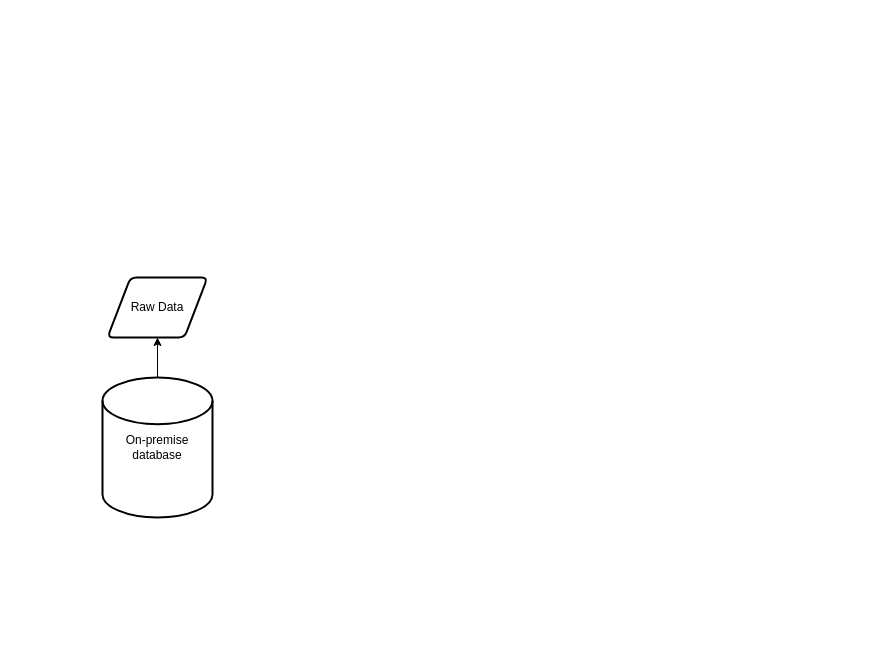
Above: StudyBuddy.drawio in Aenast28/Datov-Projekt---StudyBuddy (draw.io), before the change. Source tidied: cells renumbered, new cells numbered last; positions are measured from the earlier drawing's top-left corner, leaving out a move shared by most shapes. Both pictures are drawn from the tidied source at 100%, with x=0, y=0 at pixel (102, 277).
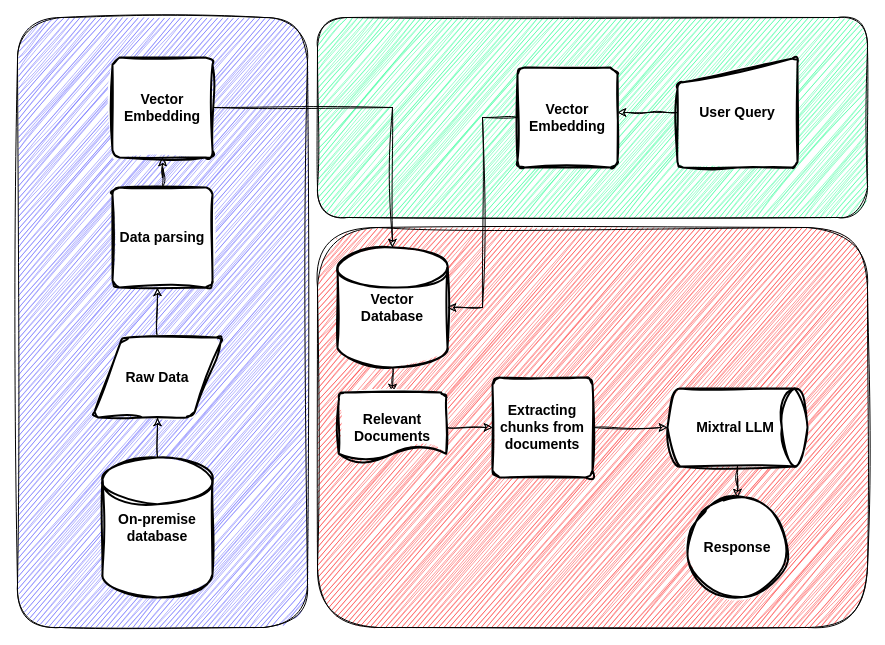
The same page after the edit.

What changed in the source:
```diff
@@
+    <mxCell id="5" style="rounded=1;whiteSpace=wrap;html=1;fillColor=#33FF99;sketch=1;curveFitting=1;jiggle=2;" parent="1" vertex="1">
+      <mxGeometry x="215" y="-260" width="550" height="200" as="geometry" />
+    </mxCell>
+    <mxCell id="6" style="rounded=1;whiteSpace=wrap;html=1;fillColor=#FF3333;sketch=1;curveFitting=1;jiggle=2;fontStyle=1;" parent="1" vertex="1">
+      <mxGeometry x="215" y="-50" width="550" height="400" as="geometry" />
+    </mxCell>
+    <mxCell id="7" style="rounded=1;whiteSpace=wrap;html=1;fillColor=#6666FF;sketch=1;curveFitting=1;jiggle=2;" parent="1" vertex="1">
+      <mxGeometry x="-85" y="-260" width="290" height="610" as="geometry" />
+    </mxCell>
+    <mxCell id="8" style="edgeStyle=orthogonalEdgeStyle;rounded=0;jettySize=auto;html=1;sketch=1;curveFitting=1;jiggle=2;fontStyle=1;" parent="1" edge="1" source="2">
+      <mxGeometry relative="1" as="geometry">
+        <mxPoint x="55" y="10" as="targetPoint" />
+        <Array as="points">
+          <mxPoint x="55" y="10" />
+          <mxPoint x="56" y="10" />
+        </Array>
+      </mxGeometry>
+    </mxCell>
-    <mxCell id="2" value="Raw Data" style="shape=parallelogram;html=1;strokeWidth=2;perimeter=parallelogramPerimeter;whiteSpace=wrap;rounded=1;arcSize=12;size=0.23;" parent="1" vertex="1">
-      <mxGeometry x="5" width="100" height="60" as="geometry" />
+    <mxCell id="2" value="&lt;font style=&quot;font-size: 14px;&quot;&gt;Raw Data&lt;/font&gt;" style="shape=parallelogram;html=1;strokeWidth=2;perimeter=parallelogramPerimeter;whiteSpace=wrap;rounded=1;arcSize=12;size=0.23;fontStyle=1;sketch=1;curveFitting=1;jiggle=2;" parent="1" vertex="1">
+      <mxGeometry x="-10" y="60" width="130" height="80" as="geometry" />
     </mxCell>
-    <mxCell id="3" style="edgeStyle=orthogonalEdgeStyle;rounded=0;jettySize=auto;html=1;entryX=0.5;entryY=1;entryDx=0;entryDy=0;" parent="1" edge="1" source="4" target="2">
+    <mxCell id="3" style="edgeStyle=orthogonalEdgeStyle;rounded=0;jettySize=auto;html=1;entryX=0.5;entryY=1;entryDx=0;entryDy=0;sketch=1;curveFitting=1;jiggle=2;fontStyle=1;" parent="1" edge="1" source="4" target="2">
       <mxGeometry relative="1" as="geometry" />
     </mxCell>
-    <mxCell id="4" value="On-premise database" style="strokeWidth=2;html=1;shape=mxgraph.flowchart.database;whiteSpace=wrap;" parent="1" vertex="1">
-      <mxGeometry y="100" width="110" height="140" as="geometry" />
+    <mxCell id="4" value="&lt;font style=&quot;font-size: 14px;&quot;&gt;On-premise database&lt;/font&gt;" style="strokeWidth=2;html=1;shape=mxgraph.flowchart.database;whiteSpace=wrap;fontStyle=1;sketch=1;curveFitting=1;jiggle=2;" parent="1" vertex="1">
+      <mxGeometry y="180" width="110" height="140" as="geometry" />
     </mxCell>
+    <mxCell id="9" style="edgeStyle=orthogonalEdgeStyle;rounded=0;jettySize=auto;html=1;sketch=1;curveFitting=1;jiggle=2;fontStyle=1;" parent="1" edge="1" source="10" target="12">
+      <mxGeometry relative="1" as="geometry" />
+    </mxCell>
+    <mxCell id="10" value="&lt;font style=&quot;font-size: 14px;&quot;&gt;Data parsing&lt;/font&gt;" style="rounded=1;whiteSpace=wrap;html=1;absoluteArcSize=1;arcSize=14;strokeWidth=2;fontStyle=1;sketch=1;curveFitting=1;jiggle=2;" parent="1" vertex="1">
+      <mxGeometry x="10" y="-90" width="100" height="100" as="geometry" />
+    </mxCell>
+    <mxCell id="11" style="edgeStyle=orthogonalEdgeStyle;rounded=0;jettySize=auto;html=1;entryX=0.5;entryY=0;entryDx=0;entryDy=0;entryPerimeter=0;sketch=1;curveFitting=1;jiggle=2;fontStyle=1;" parent="1" edge="1" source="12" target="14">
+      <mxGeometry relative="1" as="geometry" />
+    </mxCell>
+    <mxCell id="12" value="&lt;b&gt;&lt;font style=&quot;font-size: 14px;&quot;&gt;Vector Embedding&lt;/font&gt;&lt;/b&gt;" style="rounded=1;whiteSpace=wrap;html=1;absoluteArcSize=1;arcSize=14;strokeWidth=2;sketch=1;curveFitting=1;jiggle=2;" parent="1" vertex="1">
+      <mxGeometry x="10" y="-220" width="100" height="100" as="geometry" />
+    </mxCell>
+    <mxCell id="13" style="edgeStyle=orthogonalEdgeStyle;rounded=0;jettySize=auto;html=1;sketch=1;curveFitting=1;jiggle=2;fontStyle=1;" parent="1" edge="1" source="14" target="20">
+      <mxGeometry relative="1" as="geometry" />
+    </mxCell>
+    <mxCell id="14" value="&lt;span&gt;&lt;font style=&quot;font-size: 14px;&quot;&gt;Vector Database&lt;/font&gt;&lt;/span&gt;" style="strokeWidth=2;html=1;shape=mxgraph.flowchart.database;whiteSpace=wrap;sketch=1;curveFitting=1;jiggle=2;fontStyle=1;" parent="1" vertex="1">
+      <mxGeometry x="235" y="-30" width="110" height="120" as="geometry" />
+    </mxCell>
+    <mxCell id="15" style="edgeStyle=orthogonalEdgeStyle;rounded=0;jettySize=auto;html=1;sketch=1;curveFitting=1;jiggle=2;fontStyle=1;" parent="1" edge="1" source="16">
+      <mxGeometry relative="1" as="geometry">
+        <mxPoint x="515" y="-165" as="targetPoint" />
+      </mxGeometry>
+    </mxCell>
+    <mxCell id="16" value="&lt;b&gt;&lt;font style=&quot;font-size: 14px;&quot;&gt;User Query&lt;/font&gt;&lt;/b&gt;" style="html=1;strokeWidth=2;shape=manualInput;whiteSpace=wrap;rounded=1;size=26;arcSize=11;shadow=0;textShadow=0;sketch=1;curveFitting=1;jiggle=2;" parent="1" vertex="1">
+      <mxGeometry x="575" y="-220" width="120" height="110" as="geometry" />
+    </mxCell>
+    <mxCell id="17" value="&lt;b&gt;&lt;font style=&quot;font-size: 14px;&quot;&gt;Vector Embedding&lt;/font&gt;&lt;/b&gt;" style="rounded=1;whiteSpace=wrap;html=1;absoluteArcSize=1;arcSize=14;strokeWidth=2;sketch=1;curveFitting=1;jiggle=2;" parent="1" vertex="1">
+      <mxGeometry x="415" y="-210" width="100" height="100" as="geometry" />
+    </mxCell>
+    <mxCell id="18" style="edgeStyle=orthogonalEdgeStyle;rounded=0;jettySize=auto;html=1;entryX=1;entryY=0.5;entryDx=0;entryDy=0;entryPerimeter=0;sketch=1;curveFitting=1;jiggle=2;flowAnimation=1;fontStyle=1;" parent="1" edge="1" source="17" target="14">
+      <mxGeometry relative="1" as="geometry" />
+    </mxCell>
+    <mxCell id="19" style="edgeStyle=orthogonalEdgeStyle;rounded=0;jettySize=auto;html=1;entryX=0;entryY=0.5;entryDx=0;entryDy=0;sketch=1;curveFitting=1;jiggle=2;fontStyle=1;" parent="1" edge="1" source="20" target="21">
+      <mxGeometry relative="1" as="geometry" />
+    </mxCell>
+    <mxCell id="20" value="&lt;font style=&quot;font-size: 14px;&quot;&gt;Relevant Documents&lt;/font&gt;" style="strokeWidth=2;html=1;shape=mxgraph.flowchart.document2;whiteSpace=wrap;size=0.25;fontStyle=1;sketch=1;curveFitting=1;jiggle=2;" parent="1" vertex="1">
+      <mxGeometry x="236.2" y="115" width="107.5" height="70" as="geometry" />
+    </mxCell>
+    <mxCell id="21" value="&lt;font style=&quot;font-size: 14px;&quot;&gt;Extracting chunks from documents&lt;/font&gt;" style="rounded=1;whiteSpace=wrap;html=1;absoluteArcSize=1;arcSize=14;strokeWidth=2;fontStyle=1;sketch=1;curveFitting=1;jiggle=2;" parent="1" vertex="1">
+      <mxGeometry x="390" y="100" width="100" height="100" as="geometry" />
+    </mxCell>
+    <mxCell id="22" value="&lt;font style=&quot;font-size: 14px;&quot;&gt;Mixtral LLM&amp;nbsp;&lt;/font&gt;" style="strokeWidth=2;html=1;shape=mxgraph.flowchart.direct_data;whiteSpace=wrap;fontStyle=1;sketch=1;curveFitting=1;jiggle=2;" parent="1" vertex="1">
+      <mxGeometry x="565" y="111" width="140" height="78" as="geometry" />
+    </mxCell>
+    <mxCell id="23" value="&lt;font style=&quot;font-size: 14px;&quot;&gt;Response&lt;/font&gt;" style="strokeWidth=2;html=1;shape=mxgraph.flowchart.start_2;whiteSpace=wrap;sketch=1;curveFitting=1;jiggle=2;fontStyle=1;" parent="1" vertex="1">
+      <mxGeometry x="585" y="220" width="100" height="100" as="geometry" />
+    </mxCell>
+    <mxCell id="24" style="edgeStyle=orthogonalEdgeStyle;rounded=0;jettySize=auto;html=1;entryX=0;entryY=0.5;entryDx=0;entryDy=0;entryPerimeter=0;sketch=1;curveFitting=1;jiggle=2;fontStyle=1;" parent="1" edge="1" source="21" target="22">
+      <mxGeometry relative="1" as="geometry" />
+    </mxCell>
+    <mxCell id="25" style="edgeStyle=orthogonalEdgeStyle;rounded=0;jettySize=auto;html=1;entryX=0.5;entryY=0;entryDx=0;entryDy=0;entryPerimeter=0;sketch=1;curveFitting=1;jiggle=2;fontStyle=1;" parent="1" edge="1" source="22" target="23">
+      <mxGeometry relative="1" as="geometry" />
+    </mxCell>
```
